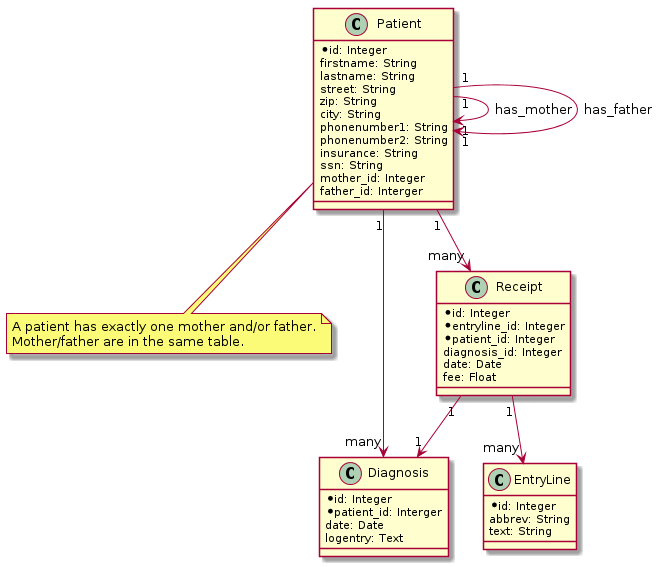
Above: doc/sippma_er.png in tosmi/sippma (PlantUML), before the change.
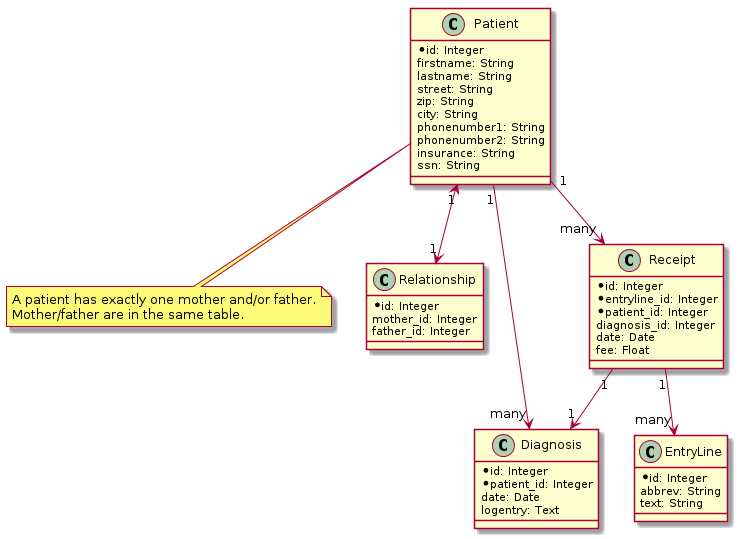
After the commit.

Change to the diagram source:
```diff
@@ -10,16 +10,20 @@
       phonenumber2: String
       insurance: String
       ssn: String
-      mother_id: Integer
-      father_id: Interger
 }
 
 note "A patient has exactly one mother and/or father.\nMother/father are in the same table." as N1
 Patient .. N1
 
+class Relationship {
+      *id: Integer
+      mother_id: Integer
+      father_id: Integer
+}
+
 class Diagnosis {
       *id: Integer
-      *patient_id: Interger
+      *patient_id: Integer
       date: Date
       logentry: Text
 }
@@ -39,8 +43,7 @@
       text: String
 }
 
-Patient "1" --> "1" Patient: has_mother
-Patient "1" --> "1" Patient: has_father
+Patient "1" <--> "1" Relationship
 Patient "1" --> "many" Diagnosis
 Patient "1" --> "many" Receipt
 Receipt "1" --> "1" Diagnosis
```
